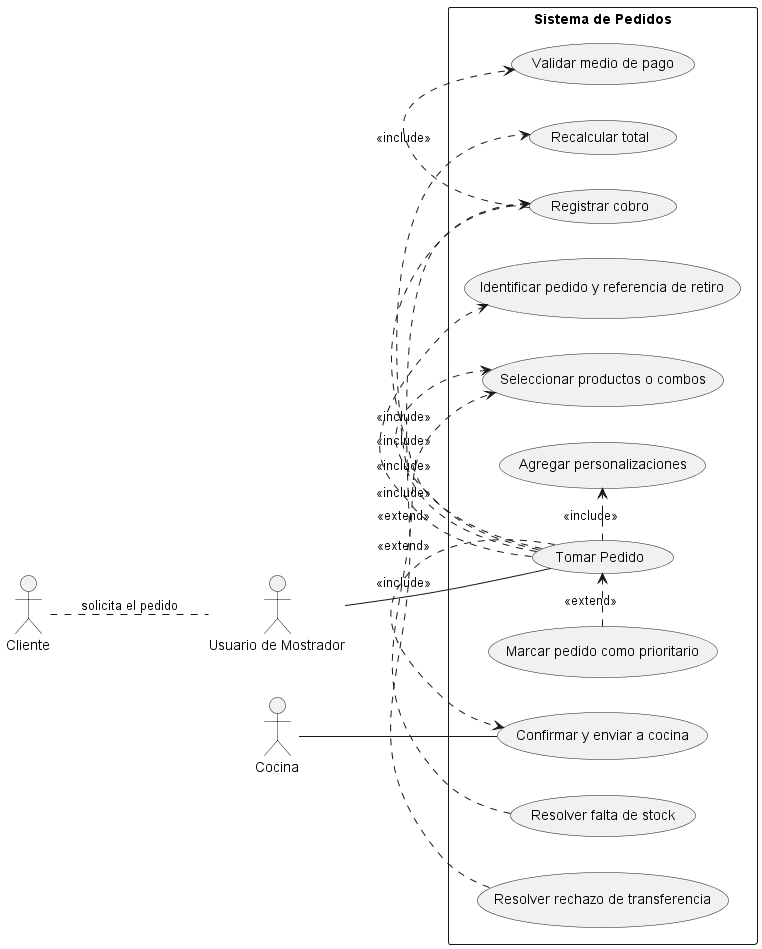
eloeyhe/SistemaPedidos keeps this PlantUML diagram as diagramas/02-casos-de-uso/CU01_Tomar_Pedido.png. Above is the earlier version. Its diagram source:
```plantuml
@startuml CU01_Tomar_Pedido
left to right direction

actor Cliente
actor "Usuario de Mostrador" as Mostrador
actor Cocina

Cliente .. Mostrador : solicita el pedido

rectangle "Sistema de Pedidos" {
    usecase "Tomar Pedido" as Tomar
    usecase "Identificar pedido y referencia de retiro" as Identificar
    usecase "Seleccionar productos o combos" as Seleccionar
    usecase "Agregar personalizaciones" as Personalizar
    usecase "Recalcular total" as Calcular
    usecase "Marcar pedido como prioritario" as Priorizar
    usecase "Registrar cobro" as Cobrar
    usecase "Validar medio de pago" as ValidarPago
    usecase "Confirmar y enviar a cocina" as Confirmar
    usecase "Resolver falta de stock" as FaltaStock
    usecase "Resolver rechazo de transferencia" as RechazoTransferencia
}

Mostrador -- Tomar
Cocina -- Confirmar

Tomar .> Identificar : <<include>>
Tomar .> Seleccionar : <<include>>
Tomar .> Personalizar : <<include>>
Tomar .> Calcular : <<include>>
Tomar .> Cobrar : <<include>>
Tomar .> Confirmar : <<include>>

Priorizar .> Tomar : <<extend>>
Cobrar .> ValidarPago : <<include>>
FaltaStock .> Seleccionar : <<extend>>
RechazoTransferencia .> Cobrar : <<extend>>
@enduml
```
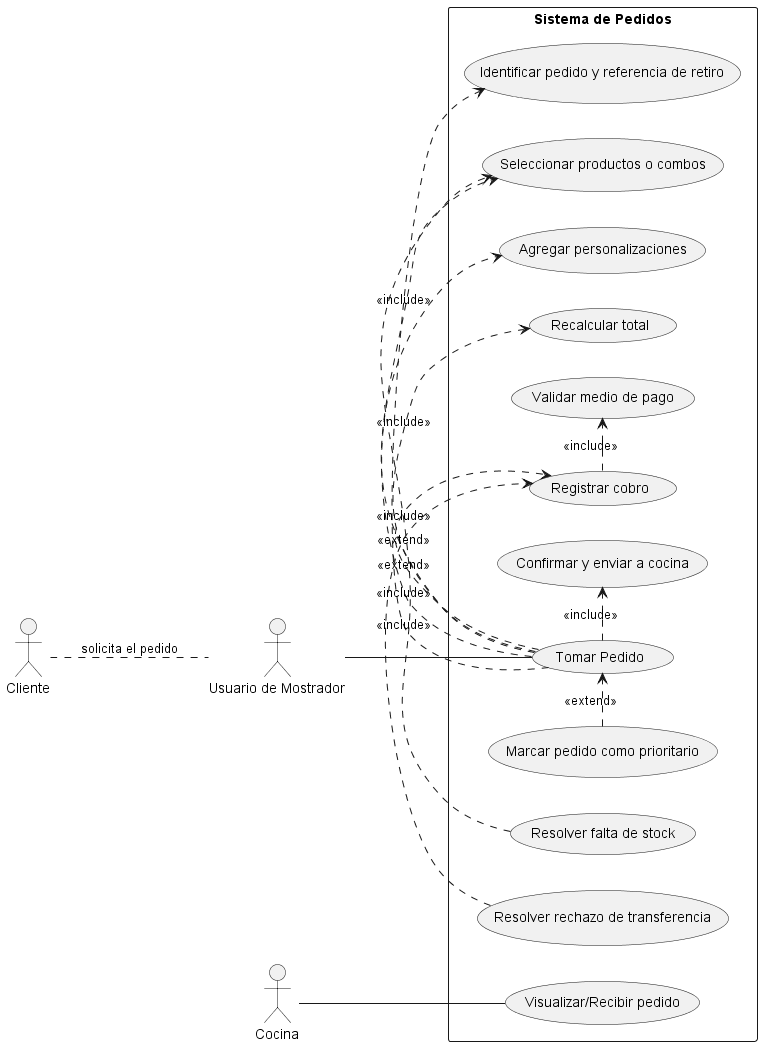
Above is the later version.

Commit message:
Local save: preparacion de refactor de diagramas y changelog para A2

Diff of the diagram source:
```diff
@@ -17,12 +17,13 @@
     usecase "Registrar cobro" as Cobrar
     usecase "Validar medio de pago" as ValidarPago
     usecase "Confirmar y enviar a cocina" as Confirmar
+    usecase "Visualizar/Recibir pedido" as Recibir
     usecase "Resolver falta de stock" as FaltaStock
     usecase "Resolver rechazo de transferencia" as RechazoTransferencia
 }
 
 Mostrador -- Tomar
-Cocina -- Confirmar
+Cocina -- Recibir
 
 Tomar .> Identificar : <<include>>
 Tomar .> Seleccionar : <<include>>
```
